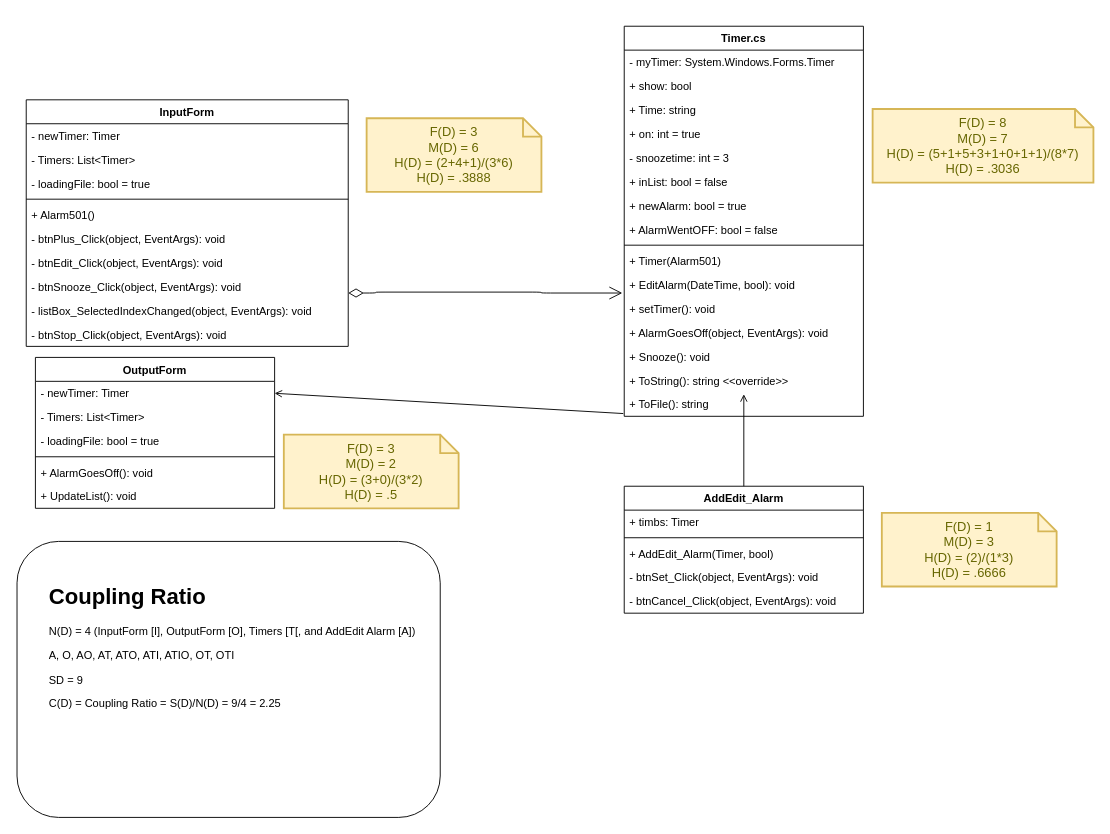
Rosebaugh/CS501 keeps this draw.io diagram as page "Alarm501-CD-P1" (1 of 3) of AlarmClock.drawio. Above is the earlier version. Source tidied: cells renumbered, new cells numbered last; positions are measured from the earlier drawing's top-left corner, leaving out a move shared by most shapes. Both pictures are drawn from the tidied source at 92%, with x=0, y=0 at pixel (17, 26).
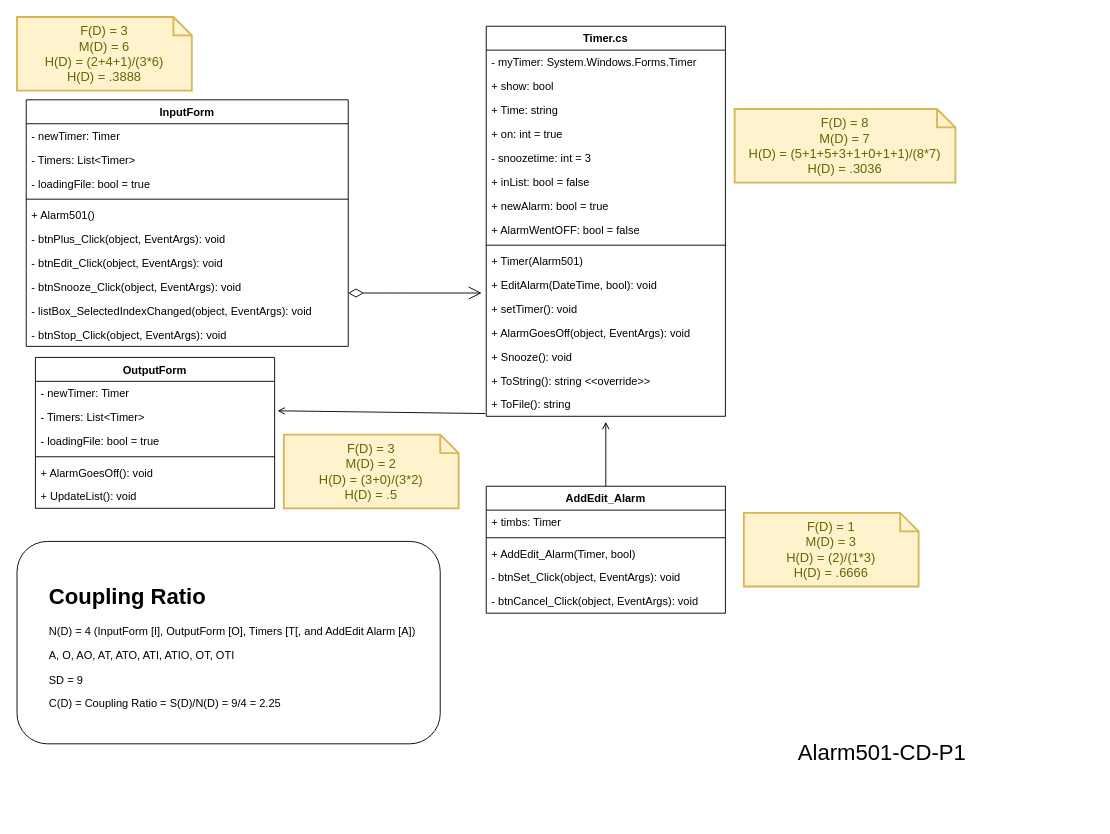
The same page after the edit.

Unchanged cells that the change refers to:
```xml
<mxCell id="16" value="- newTimer: Timer" style="text;strokeColor=none;fillColor=none;align=left;verticalAlign=top;spacingLeft=4;spacingRight=4;overflow=hidden;points=[[0,0.5],[1,0.5]];portConstraint=eastwest;" parent="15" vertex="1">
  <mxGeometry y="26" width="260" height="26" as="geometry" />
</mxCell>
<mxCell id="17" value="- Timers: List&lt;Timer&gt;" style="text;strokeColor=none;fillColor=none;align=left;verticalAlign=top;spacingLeft=4;spacingRight=4;overflow=hidden;points=[[0,0.5],[1,0.5]];portConstraint=eastwest;" parent="15" vertex="1">
  <mxGeometry y="52" width="260" height="26" as="geometry" />
</mxCell>
<mxCell id="33" value="+ EditAlarm(DateTime, bool): void" style="text;strokeColor=none;fillColor=none;align=left;verticalAlign=top;spacingLeft=4;spacingRight=4;overflow=hidden;points=[[0,0.5],[1,0.5]];portConstraint=eastwest;" parent="22" vertex="1">
  <mxGeometry y="268" width="260" height="26" as="geometry" />
</mxCell>
<mxCell id="34" value="+ setTimer(): void" style="text;strokeColor=none;fillColor=none;align=left;verticalAlign=top;spacingLeft=4;spacingRight=4;overflow=hidden;points=[[0,0.5],[1,0.5]];portConstraint=eastwest;" parent="22" vertex="1">
  <mxGeometry y="294" width="260" height="26" as="geometry" />
</mxCell>
<mxCell id="38" value="+ ToFile(): string" style="text;strokeColor=none;fillColor=none;align=left;verticalAlign=top;spacingLeft=4;spacingRight=4;overflow=hidden;points=[[0,0.5],[1,0.5]];portConstraint=eastwest;" parent="22" vertex="1">
  <mxGeometry y="398" width="260" height="26" as="geometry" />
</mxCell>
```

The edit, as a diff of the source:
```diff
@@
     <mxCell id="2" style="rounded=1;whiteSpace=wrap;html=1;" parent="1" vertex="1">
-      <mxGeometry y="560" width="460" height="300" as="geometry" />
+      <mxGeometry y="560" width="460" height="220" as="geometry" />
     </mxCell>
     <mxCell id="3" value="&lt;p style=&quot;line-height: 60%&quot;&gt;&lt;/p&gt;&lt;h1&gt;Coupling Ratio&lt;/h1&gt;&lt;p&gt;N(D) = 4 (InputForm [I], OutputForm [O], Timers [T[, and AddEdit Alarm [A])&lt;/p&gt;&lt;p&gt;A, O, AO, AT, ATO, ATI, ATIO, OT, OTI&lt;/p&gt;&lt;p&gt;SD = 9&lt;/p&gt;&lt;p&gt;C(D) =&amp;nbsp;&lt;span&gt;Coupling Ratio = S(D)/N(D) = 9/4 = 2.25&lt;/span&gt;&lt;/p&gt;&lt;br&gt;&lt;p&gt;&lt;/p&gt;" style="text;html=1;strokeColor=none;fillColor=none;spacing=5;spacingTop=-20;whiteSpace=wrap;overflow=hidden;rounded=0;" parent="1" vertex="1">
-      <mxGeometry x="30" y="600" width="410" height="240" as="geometry" />
+      <mxGeometry x="30" y="600" width="410" height="160" as="geometry" />
     </mxCell>
@@
     <mxCell id="22" value="Timer.cs" style="swimlane;fontStyle=1;align=center;verticalAlign=top;horizontal=1;startSize=26;" parent="1" vertex="1">
-      <mxGeometry x="660" width="260" height="424" as="geometry" />
+      <mxGeometry x="510" width="260" height="424" as="geometry" />
     </mxCell>
@@
     <mxCell id="39" value="AddEdit_Alarm" style="swimlane;fontStyle=1;align=center;verticalAlign=top;horizontal=1;startSize=26;" parent="1" vertex="1">
-      <mxGeometry x="660" y="500" width="260" height="138" as="geometry" />
+      <mxGeometry x="510" y="500" width="260" height="138" as="geometry" />
     </mxCell>
@@
     <mxCell id="45" value="&lt;br&gt;" style="html=1;verticalAlign=bottom;endArrow=open;endFill=0;exitX=0.5;exitY=0;exitDx=0;exitDy=0;" parent="1" edge="1" source="39">
       <mxGeometry x="0.2" y="-10" relative="1" as="geometry">
-        <mxPoint x="790" y="400" as="targetPoint" />
+        <mxPoint x="640" y="430" as="targetPoint" />
       </mxGeometry>
     </mxCell>
-    <mxCell id="46" value="&lt;br&gt;" style="html=1;verticalAlign=bottom;endArrow=none;endFill=0;entryX=-0.004;entryY=0.885;entryDx=0;entryDy=0;entryPerimeter=0;exitX=1;exitY=0.5;exitDx=0;exitDy=0;startArrow=open;startFill=0;" parent="1" edge="1" source="16" target="38">
+    <mxCell id="46" value="&lt;br&gt;" style="html=1;verticalAlign=bottom;endArrow=none;endFill=0;entryX=-0.004;entryY=0.885;entryDx=0;entryDy=0;entryPerimeter=0;exitX=1.012;exitY=0.231;exitDx=0;exitDy=0;startArrow=open;startFill=0;exitPerimeter=0;" parent="1" edge="1" source="17" target="38">
       <mxGeometry x="0.2" y="-10" relative="1" as="geometry" />
     </mxCell>
-    <mxCell id="47" style="endArrow=open;html=1;endSize=12;startArrow=diamondThin;startSize=14;startFill=0;edgeStyle=orthogonalEdgeStyle;align=left;verticalAlign=bottom;entryX=-0.008;entryY=-0.154;entryDx=0;entryDy=0;entryPerimeter=0;" parent="1" edge="1" target="34">
+    <mxCell id="47" style="endArrow=open;html=1;endSize=12;startArrow=diamondThin;startSize=14;startFill=0;edgeStyle=orthogonalEdgeStyle;align=left;verticalAlign=bottom;entryX=-0.019;entryY=0.846;entryDx=0;entryDy=0;entryPerimeter=0;" parent="1" edge="1" target="33">
       <mxGeometry x="-1" y="50" relative="1" as="geometry">
         <mxPoint x="360" y="290" as="sourcePoint" />
         <Array as="points">
-          <mxPoint x="390" y="290" />
-          <mxPoint x="390" y="289" />
-          <mxPoint x="570" y="289" />
-          <mxPoint x="570" y="290" />
+          <mxPoint x="410" y="290" />
+          <mxPoint x="410" y="290" />
         </Array>
       </mxGeometry>
     </mxCell>
     <mxCell id="48" value="F(D) = 3&lt;br&gt;M(D) = 6&lt;br&gt;H(D) = (2+4+1)/(3*6)&lt;br&gt;H(D) = .3888" style="shape=note;strokeWidth=2;fontSize=14;size=20;whiteSpace=wrap;html=1;fillColor=#fff2cc;strokeColor=#d6b656;fontColor=#666600;" parent="1" vertex="1">
-      <mxGeometry x="380" y="100" width="190" height="80" as="geometry" />
+      <mxGeometry y="-10" width="190" height="80" as="geometry" />
     </mxCell>
     <mxCell id="49" value="F(D) = 1&lt;br&gt;M(D) = 3&lt;br&gt;H(D) = (2)/(1*3)&lt;br&gt;H(D) = .6666" style="shape=note;strokeWidth=2;fontSize=14;size=20;whiteSpace=wrap;html=1;fillColor=#fff2cc;strokeColor=#d6b656;fontColor=#666600;" parent="1" vertex="1">
-      <mxGeometry x="940" y="529" width="190" height="80" as="geometry" />
+      <mxGeometry x="790" y="529" width="190" height="80" as="geometry" />
     </mxCell>
     <mxCell id="50" value="F(D) = 8&lt;br&gt;M(D) = 7&lt;br&gt;H(D) = (5+1+5+3+1+0+1+1)/(8*7)&lt;br&gt;H(D) = .3036" style="shape=note;strokeWidth=2;fontSize=14;size=20;whiteSpace=wrap;html=1;fillColor=#fff2cc;strokeColor=#d6b656;fontColor=#666600;" parent="1" vertex="1">
-      <mxGeometry x="930" y="90" width="240" height="80" as="geometry" />
+      <mxGeometry x="780" y="90" width="240" height="80" as="geometry" />
     </mxCell>
@@
+    <mxCell id="52" value="&lt;font style=&quot;font-size: 24px&quot;&gt;Alarm501-CD-P1&lt;/font&gt;" style="text;html=1;align=center;verticalAlign=middle;" parent="1" vertex="1">
+      <mxGeometry x="840" y="780" width="200" height="20" as="geometry" />
+    </mxCell>
```
